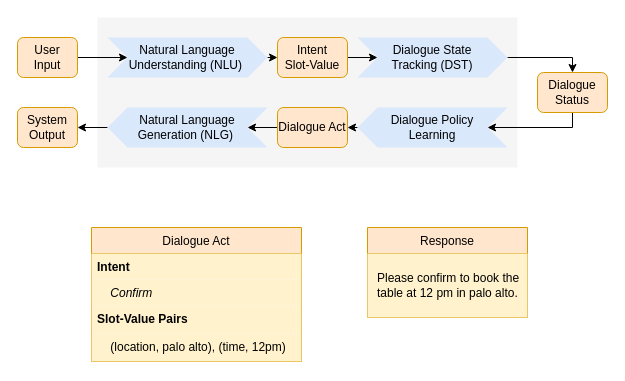
Earlier version of the draw.io diagram img/cl nlg.drawio (kzCassie/CL-NLG). Source tidied: cells renumbered, new cells numbered last; positions are measured from the earlier drawing's top-left corner, leaving out a move shared by most shapes. Both pictures are drawn from the tidied source at 100%, with x=0, y=0 at pixel (17, 17).
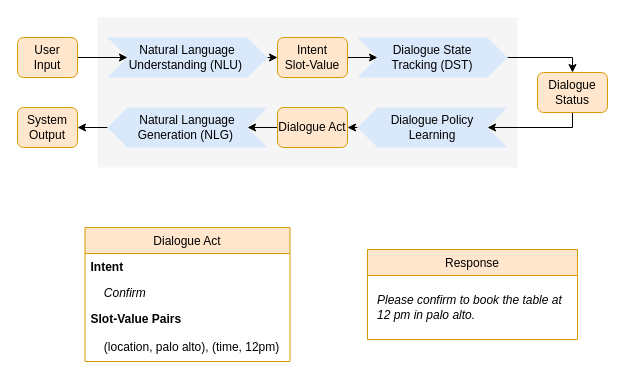
Above is the later version.

What changed in the source:
```diff
@@
     <mxCell id="20" value="Dialogue Act" style="swimlane;fontStyle=0;horizontal=1;startSize=26;fillColor=#ffe6cc;strokeColor=#d79b00;" parent="1" vertex="1">
-      <mxGeometry x="74" y="210" width="210" height="134" as="geometry" />
+      <mxGeometry x="67.5" y="210" width="205" height="134" as="geometry" />
     </mxCell>
-    <mxCell id="21" value="Intent" style="text;fillColor=#fff2cc;align=left;verticalAlign=top;spacingLeft=4;spacingRight=4;overflow=hidden;fontStyle=1;" parent="20" vertex="1">
-      <mxGeometry y="26" width="210" height="26" as="geometry" />
+    <mxCell id="21" value="Intent" style="text;align=left;verticalAlign=top;spacingLeft=4;spacingRight=4;overflow=hidden;fontStyle=1;" parent="20" vertex="1">
+      <mxGeometry y="26" width="205" height="26" as="geometry" />
     </mxCell>
-    <mxCell id="22" value="    Confirm" style="text;fillColor=#fff2cc;align=left;verticalAlign=top;spacingLeft=4;spacingRight=4;overflow=hidden;fontStyle=2;" parent="20" vertex="1">
-      <mxGeometry y="52" width="210" height="26" as="geometry" />
+    <mxCell id="22" value="    Confirm" style="text;align=left;verticalAlign=top;spacingLeft=4;spacingRight=4;overflow=hidden;fontStyle=2;" parent="20" vertex="1">
+      <mxGeometry y="52" width="205" height="26" as="geometry" />
     </mxCell>
-    <mxCell id="23" value="Slot-Value Pairs" style="text;fillColor=#fff2cc;align=left;verticalAlign=top;spacingLeft=4;spacingRight=4;overflow=hidden;fontStyle=1;" parent="20" vertex="1">
-      <mxGeometry y="78" width="210" height="28" as="geometry" />
+    <mxCell id="23" value="Slot-Value Pairs" style="text;align=left;verticalAlign=top;spacingLeft=4;spacingRight=4;overflow=hidden;fontStyle=1;" parent="20" vertex="1">
+      <mxGeometry y="78" width="205" height="28" as="geometry" />
     </mxCell>
-    <mxCell id="24" value="    (location, palo alto), (time, 12pm)" style="text;fillColor=#fff2cc;align=left;verticalAlign=top;spacingLeft=4;spacingRight=4;overflow=hidden;" parent="20" vertex="1">
-      <mxGeometry y="106" width="210" height="28" as="geometry" />
+    <mxCell id="24" value="    (location, palo alto), (time, 12pm)" style="text;align=left;verticalAlign=top;spacingLeft=4;spacingRight=4;overflow=hidden;" parent="20" vertex="1">
+      <mxGeometry y="106" width="205" height="28" as="geometry" />
     </mxCell>
-    <mxCell id="25" value="Response" style="swimlane;fontStyle=0;horizontal=1;startSize=26;fillColor=#ffe6cc;strokeColor=#d79b00;" parent="1" vertex="1">
-      <mxGeometry x="350" y="210" width="160" height="90" as="geometry" />
+    <mxCell id="25" value="Response" style="swimlane;fontStyle=0;horizontal=1;startSize=26;strokeColor=#d79b00;fillColor=#ffe6cc;" parent="1" vertex="1">
+      <mxGeometry x="350" y="232" width="210" height="90" as="geometry" />
     </mxCell>
-    <mxCell id="26" value="Please confirm to book the table at 12 pm in palo alto." style="text;fillColor=#fff2cc;align=left;verticalAlign=middle;spacingLeft=7;spacingRight=4;overflow=hidden;fontStyle=0;rounded=0;whiteSpace=wrap;spacingTop=0;spacing=3;" parent="25" vertex="1">
-      <mxGeometry y="26" width="160" height="64" as="geometry" />
+    <mxCell id="26" value="Please confirm to book the table at 12 pm in palo alto." style="text;align=left;verticalAlign=middle;spacingLeft=7;spacingRight=4;overflow=hidden;fontStyle=2;rounded=0;whiteSpace=wrap;spacingTop=0;spacing=3;" parent="25" vertex="1">
+      <mxGeometry y="26" width="210" height="64" as="geometry" />
     </mxCell>
```
